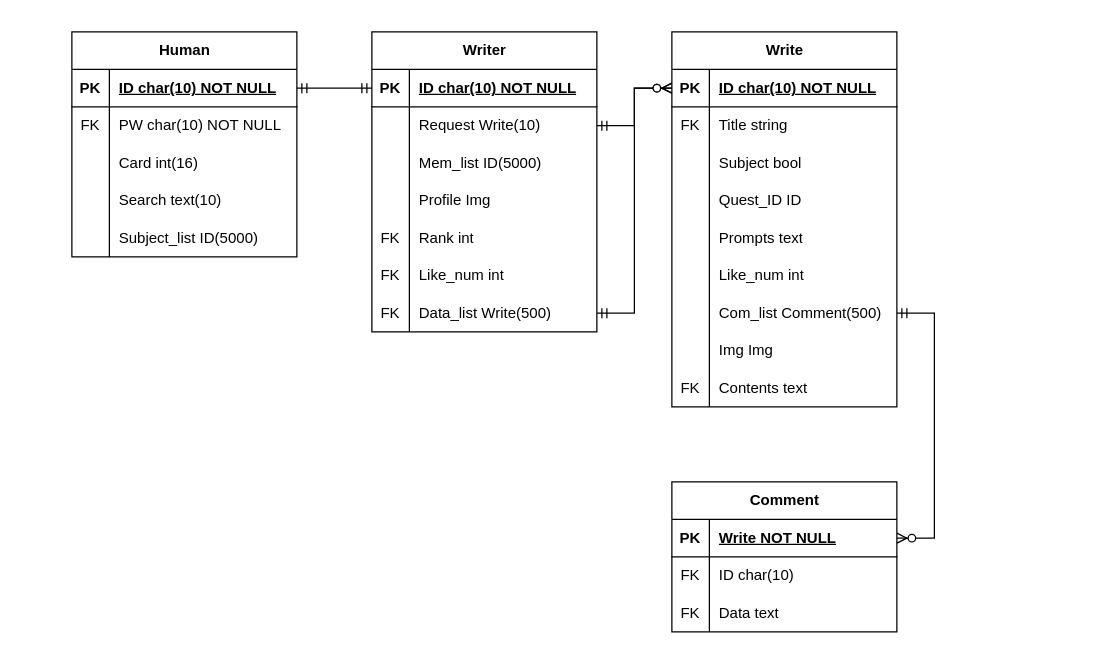
Above: draw/db erd.drawio in dnjsrl132/barogrim (draw.io), before the change. Source tidied: cells renumbered, new cells numbered last; positions are measured from the earlier drawing's top-left corner, leaving out a move shared by most shapes. Both pictures are drawn from the tidied source at 125%, with x=0, y=0 at pixel (71, 31).
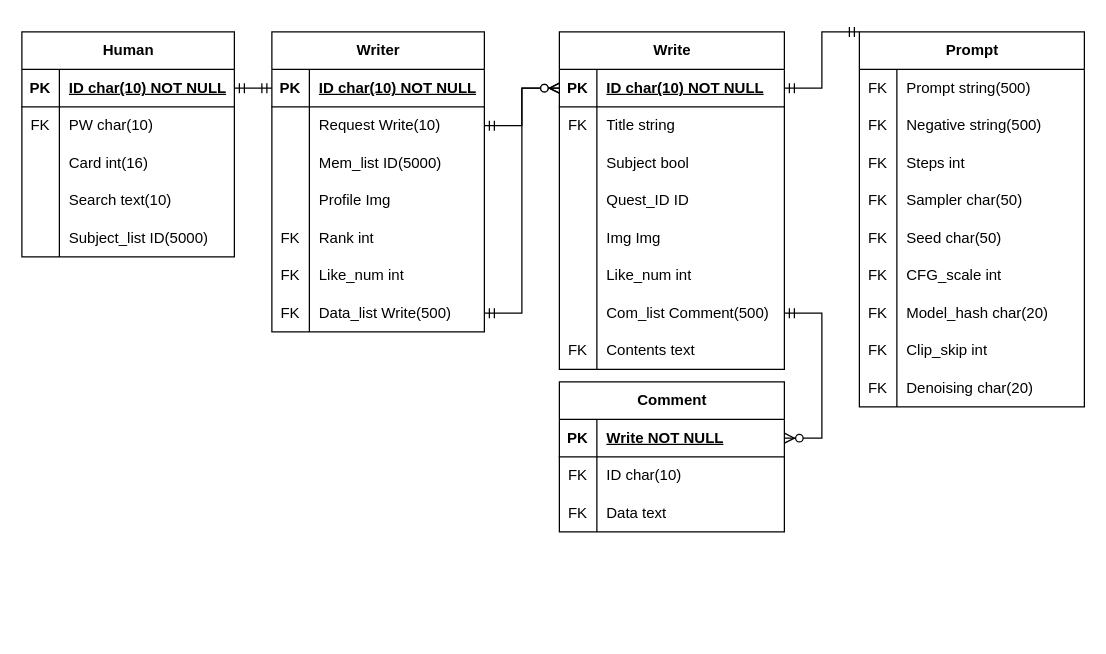
After the change.

Unchanged cells that the change refers to:
```xml
<mxCell id="42" style="shape=tableRow;horizontal=0;startSize=0;swimlaneHead=0;swimlaneBody=0;fillColor=none;points=[[0,0.5],[1,0.5]];portConstraint=eastwest;top=0;left=0;right=0;bottom=1;" parent="41" vertex="1">
  <mxGeometry y="30" width="180" height="30" as="geometry" />
</mxCell>
<mxCell id="54" style="shape=tableRow;horizontal=0;startSize=0;swimlaneHead=0;swimlaneBody=0;fillColor=none;top=0;left=0;right=0;bottom=0;" parent="41" vertex="1">
  <mxGeometry y="150" width="180" height="30" as="geometry" />
</mxCell>
```

Diff of the diagram source:
```diff
@@
     <mxCell id="2" value="Human" style="shape=table;startSize=30;childLayout=tableLayout;rowLines=0;fontStyle=1;align=center;html=1;" parent="1" vertex="1">
-      <mxGeometry width="180" height="180" as="geometry" />
+      <mxGeometry x="-40" width="170" height="180" as="geometry" />
     </mxCell>
     <mxCell id="3" style="shape=tableRow;horizontal=0;startSize=0;swimlaneHead=0;swimlaneBody=0;fillColor=none;points=[[0,0.5],[1,0.5]];portConstraint=eastwest;top=0;left=0;right=0;bottom=1;" parent="2" vertex="1">
-      <mxGeometry y="30" width="180" height="30" as="geometry" />
+      <mxGeometry y="30" width="170" height="30" as="geometry" />
     </mxCell>
@@
     <mxCell id="5" value="ID char(10) NOT NULL" style="shape=partialRectangle;fillColor=none;top=0;left=0;bottom=0;right=0;align=left;spacingLeft=6;fontStyle=5;overflow=hidden;whiteSpace=wrap;html=1;" parent="3" vertex="1">
-      <mxGeometry x="30" width="150" height="30" as="geometry" />
+      <mxGeometry x="30" width="140" height="30" as="geometry" />
     </mxCell>
     <mxCell id="6" style="shape=tableRow;horizontal=0;startSize=0;swimlaneHead=0;swimlaneBody=0;fillColor=none;top=0;left=0;right=0;bottom=0;" parent="2" vertex="1">
-      <mxGeometry y="60" width="180" height="30" as="geometry" />
+      <mxGeometry y="60" width="170" height="30" as="geometry" />
     </mxCell>
@@
-    <mxCell id="8" value="PW char(10) NOT NULL" style="shape=partialRectangle;fillColor=none;top=0;left=0;bottom=0;right=0;align=left;spacingLeft=6;overflow=hidden;whiteSpace=wrap;html=1;" parent="6" vertex="1">
-      <mxGeometry x="30" width="150" height="30" as="geometry" />
+    <mxCell id="8" value="PW char(10)" style="shape=partialRectangle;fillColor=none;top=0;left=0;bottom=0;right=0;align=left;spacingLeft=6;overflow=hidden;whiteSpace=wrap;html=1;" parent="6" vertex="1">
+      <mxGeometry x="30" width="140" height="30" as="geometry" />
     </mxCell>
     <mxCell id="9" style="shape=tableRow;horizontal=0;startSize=0;swimlaneHead=0;swimlaneBody=0;fillColor=none;top=0;left=0;right=0;bottom=0;" parent="2" vertex="1">
-      <mxGeometry y="90" width="180" height="30" as="geometry" />
+      <mxGeometry y="90" width="170" height="30" as="geometry" />
     </mxCell>
@@
     <mxCell id="11" value="Card int(16)" style="shape=partialRectangle;fillColor=none;top=0;left=0;bottom=0;right=0;align=left;spacingLeft=6;overflow=hidden;whiteSpace=wrap;html=1;" parent="9" vertex="1">
-      <mxGeometry x="30" width="150" height="30" as="geometry" />
+      <mxGeometry x="30" width="140" height="30" as="geometry" />
     </mxCell>
     <mxCell id="12" style="shape=tableRow;horizontal=0;startSize=0;swimlaneHead=0;swimlaneBody=0;fillColor=none;top=0;left=0;right=0;bottom=0;" parent="2" vertex="1">
-      <mxGeometry y="120" width="180" height="30" as="geometry" />
+      <mxGeometry y="120" width="170" height="30" as="geometry" />
     </mxCell>
@@
     <mxCell id="14" value="Search text(10)" style="shape=partialRectangle;fillColor=none;top=0;left=0;bottom=0;right=0;align=left;spacingLeft=6;overflow=hidden;whiteSpace=wrap;html=1;" parent="12" vertex="1">
-      <mxGeometry x="30" width="150" height="30" as="geometry" />
+      <mxGeometry x="30" width="140" height="30" as="geometry" />
     </mxCell>
     <mxCell id="15" style="shape=tableRow;horizontal=0;startSize=0;swimlaneHead=0;swimlaneBody=0;fillColor=none;top=0;left=0;right=0;bottom=0;" parent="2" vertex="1">
-      <mxGeometry y="150" width="180" height="30" as="geometry" />
+      <mxGeometry y="150" width="170" height="30" as="geometry" />
     </mxCell>
@@
     <mxCell id="17" value="Subject_list ID(5000)" style="shape=partialRectangle;fillColor=none;top=0;left=0;bottom=0;right=0;align=left;spacingLeft=6;overflow=hidden;whiteSpace=wrap;html=1;" parent="15" vertex="1">
-      <mxGeometry x="30" width="150" height="30" as="geometry" />
+      <mxGeometry x="30" width="140" height="30" as="geometry" />
     </mxCell>
     <mxCell id="18" value="Writer" style="shape=table;startSize=30;childLayout=tableLayout;rowLines=0;fontStyle=1;align=center;html=1;" parent="1" vertex="1">
-      <mxGeometry x="240" width="180" height="240" as="geometry" />
+      <mxGeometry x="160" width="170" height="240" as="geometry" />
     </mxCell>
     <mxCell id="19" style="shape=tableRow;horizontal=0;startSize=0;swimlaneHead=0;swimlaneBody=0;fillColor=none;points=[[0,0.5],[1,0.5]];portConstraint=eastwest;top=0;left=0;right=0;bottom=1;" parent="18" vertex="1">
-      <mxGeometry y="30" width="180" height="30" as="geometry" />
+      <mxGeometry y="30" width="170" height="30" as="geometry" />
     </mxCell>
@@
     <mxCell id="21" value="ID char(10) NOT NULL" style="shape=partialRectangle;fillColor=none;top=0;left=0;bottom=0;right=0;align=left;spacingLeft=6;fontStyle=5;overflow=hidden;whiteSpace=wrap;html=1;" parent="19" vertex="1">
-      <mxGeometry x="30" width="150" height="30" as="geometry" />
+      <mxGeometry x="30" width="140" height="30" as="geometry" />
     </mxCell>
     <mxCell id="22" style="shape=tableRow;horizontal=0;startSize=0;swimlaneHead=0;swimlaneBody=0;fillColor=none;points=[[0,0.5],[1,0.5]];portConstraint=eastwest;top=0;left=0;right=0;bottom=0;" parent="18" vertex="1">
-      <mxGeometry y="60" width="180" height="30" as="geometry" />
+      <mxGeometry y="60" width="170" height="30" as="geometry" />
     </mxCell>
@@
     <mxCell id="24" value="Request Write(10)" style="shape=partialRectangle;fillColor=none;top=0;left=0;bottom=0;right=0;align=left;spacingLeft=6;overflow=hidden;whiteSpace=wrap;html=1;" parent="22" vertex="1">
-      <mxGeometry x="30" width="150" height="30" as="geometry" />
+      <mxGeometry x="30" width="140" height="30" as="geometry" />
     </mxCell>
     <mxCell id="25" style="shape=tableRow;horizontal=0;startSize=0;swimlaneHead=0;swimlaneBody=0;fillColor=none;top=0;left=0;right=0;bottom=0;" parent="18" vertex="1">
-      <mxGeometry y="90" width="180" height="30" as="geometry" />
+      <mxGeometry y="90" width="170" height="30" as="geometry" />
     </mxCell>
@@
     <mxCell id="27" value="Mem_list ID(5000)" style="shape=partialRectangle;fillColor=none;top=0;left=0;bottom=0;right=0;align=left;spacingLeft=6;overflow=hidden;whiteSpace=wrap;html=1;" parent="25" vertex="1">
-      <mxGeometry x="30" width="150" height="30" as="geometry" />
+      <mxGeometry x="30" width="140" height="30" as="geometry" />
     </mxCell>
     <mxCell id="28" style="shape=tableRow;horizontal=0;startSize=0;swimlaneHead=0;swimlaneBody=0;fillColor=none;top=0;left=0;right=0;bottom=0;" parent="18" vertex="1">
-      <mxGeometry y="120" width="180" height="30" as="geometry" />
+      <mxGeometry y="120" width="170" height="30" as="geometry" />
     </mxCell>
@@
     <mxCell id="30" value="Profile Img" style="shape=partialRectangle;fillColor=none;top=0;left=0;bottom=0;right=0;align=left;spacingLeft=6;overflow=hidden;whiteSpace=wrap;html=1;" parent="28" vertex="1">
-      <mxGeometry x="30" width="150" height="30" as="geometry" />
+      <mxGeometry x="30" width="140" height="30" as="geometry" />
     </mxCell>
     <mxCell id="31" style="shape=tableRow;horizontal=0;startSize=0;swimlaneHead=0;swimlaneBody=0;fillColor=none;top=0;left=0;right=0;bottom=0;" parent="18" vertex="1">
-      <mxGeometry y="150" width="180" height="30" as="geometry" />
+      <mxGeometry y="150" width="170" height="30" as="geometry" />
     </mxCell>
@@
     <mxCell id="33" value="Rank int" style="shape=partialRectangle;fillColor=none;top=0;left=0;bottom=0;right=0;align=left;spacingLeft=6;overflow=hidden;whiteSpace=wrap;html=1;" parent="31" vertex="1">
-      <mxGeometry x="30" width="150" height="30" as="geometry" />
+      <mxGeometry x="30" width="140" height="30" as="geometry" />
     </mxCell>
     <mxCell id="34" style="shape=tableRow;horizontal=0;startSize=0;swimlaneHead=0;swimlaneBody=0;fillColor=none;top=0;left=0;right=0;bottom=0;" parent="18" vertex="1">
-      <mxGeometry y="180" width="180" height="30" as="geometry" />
+      <mxGeometry y="180" width="170" height="30" as="geometry" />
     </mxCell>
@@
     <mxCell id="36" value="Like_num int" style="shape=partialRectangle;fillColor=none;top=0;left=0;bottom=0;right=0;align=left;spacingLeft=6;overflow=hidden;whiteSpace=wrap;html=1;" parent="34" vertex="1">
-      <mxGeometry x="30" width="150" height="30" as="geometry" />
+      <mxGeometry x="30" width="140" height="30" as="geometry" />
     </mxCell>
     <mxCell id="37" style="shape=tableRow;horizontal=0;startSize=0;swimlaneHead=0;swimlaneBody=0;fillColor=none;points=[[0,0.5],[1,0.5]];portConstraint=eastwest;top=0;left=0;right=0;bottom=0;" parent="18" vertex="1">
-      <mxGeometry y="210" width="180" height="30" as="geometry" />
+      <mxGeometry y="210" width="170" height="30" as="geometry" />
     </mxCell>
@@
     <mxCell id="39" value="Data_list Write(500)" style="shape=partialRectangle;fillColor=none;top=0;left=0;bottom=0;right=0;align=left;spacingLeft=6;overflow=hidden;whiteSpace=wrap;html=1;" parent="37" vertex="1">
-      <mxGeometry x="30" width="150" height="30" as="geometry" />
+      <mxGeometry x="30" width="140" height="30" as="geometry" />
     </mxCell>
@@
     <mxCell id="41" value="Write" style="shape=table;startSize=30;childLayout=tableLayout;rowLines=0;fontStyle=1;align=center;html=1;" parent="1" vertex="1">
-      <mxGeometry x="480" width="180" height="300" as="geometry" />
+      <mxGeometry x="390" width="180" height="270" as="geometry" />
     </mxCell>
@@
-    <mxCell id="56" value="Prompts text" style="shape=partialRectangle;fillColor=none;top=0;left=0;bottom=0;right=0;align=left;spacingLeft=6;overflow=hidden;whiteSpace=wrap;html=1;" parent="54" vertex="1">
+    <mxCell id="56" value="Img Img" style="shape=partialRectangle;fillColor=none;top=0;left=0;bottom=0;right=0;align=left;spacingLeft=6;overflow=hidden;whiteSpace=wrap;html=1;" parent="54" vertex="1">
       <mxGeometry x="30" width="150" height="30" as="geometry" />
     </mxCell>
@@
-    <mxCell id="63" style="shape=tableRow;horizontal=0;startSize=0;swimlaneHead=0;swimlaneBody=0;fillColor=none;top=0;left=0;right=0;bottom=0;" parent="41" vertex="1">
-      <mxGeometry y="240" width="180" height="30" as="geometry" />
-    </mxCell>
-    <mxCell id="64" style="shape=partialRectangle;fillColor=none;top=0;left=0;bottom=0;right=0;overflow=hidden;whiteSpace=wrap;html=1;" parent="63" vertex="1">
-      <mxGeometry width="30" height="30" as="geometry" />
-    </mxCell>
-    <mxCell id="65" value="Img Img" style="shape=partialRectangle;fillColor=none;top=0;left=0;bottom=0;right=0;align=left;spacingLeft=6;overflow=hidden;whiteSpace=wrap;html=1;" parent="63" vertex="1">
-      <mxGeometry x="30" width="150" height="30" as="geometry" />
-    </mxCell>
     <mxCell id="66" style="shape=tableRow;horizontal=0;startSize=0;swimlaneHead=0;swimlaneBody=0;fillColor=none;top=0;left=0;right=0;bottom=0;" parent="41" vertex="1">
-      <mxGeometry y="270" width="180" height="30" as="geometry" />
+      <mxGeometry y="240" width="180" height="30" as="geometry" />
     </mxCell>
@@
     <mxCell id="70" value="Comment" style="shape=table;startSize=30;childLayout=tableLayout;rowLines=0;fontStyle=1;align=center;html=1;" parent="1" vertex="1">
-      <mxGeometry x="480" y="360" width="180" height="120" as="geometry" />
+      <mxGeometry x="390" y="280" width="180" height="120" as="geometry" />
     </mxCell>
@@
+    <mxCell id="82" value="Prompt" style="shape=table;startSize=30;childLayout=tableLayout;rowLines=0;fontStyle=1;align=center;html=1;" parent="1" vertex="1">
+      <mxGeometry x="630" width="180" height="300" as="geometry" />
+    </mxCell>
+    <mxCell id="83" style="shape=tableRow;horizontal=0;startSize=0;swimlaneHead=0;swimlaneBody=0;fillColor=none;top=0;left=0;right=0;bottom=0;" parent="82" vertex="1">
+      <mxGeometry y="30" width="180" height="30" as="geometry" />
+    </mxCell>
+    <mxCell id="84" value="FK" style="shape=partialRectangle;fillColor=none;top=0;left=0;bottom=0;right=0;overflow=hidden;whiteSpace=wrap;html=1;" parent="83" vertex="1">
+      <mxGeometry width="30" height="30" as="geometry" />
+    </mxCell>
+    <mxCell id="85" value="Prompt string(500)" style="shape=partialRectangle;fillColor=none;top=0;left=0;bottom=0;right=0;align=left;spacingLeft=6;overflow=hidden;whiteSpace=wrap;html=1;" parent="83" vertex="1">
+      <mxGeometry x="30" width="150" height="30" as="geometry" />
+    </mxCell>
+    <mxCell id="86" style="shape=tableRow;horizontal=0;startSize=0;swimlaneHead=0;swimlaneBody=0;fillColor=none;top=0;left=0;right=0;bottom=0;" parent="82" vertex="1">
+      <mxGeometry y="60" width="180" height="30" as="geometry" />
+    </mxCell>
+    <mxCell id="87" value="FK" style="shape=partialRectangle;fillColor=none;top=0;left=0;bottom=0;right=0;overflow=hidden;whiteSpace=wrap;html=1;" parent="86" vertex="1">
+      <mxGeometry width="30" height="30" as="geometry" />
+    </mxCell>
+    <mxCell id="88" value="Negative string(500)" style="shape=partialRectangle;fillColor=none;top=0;left=0;bottom=0;right=0;align=left;spacingLeft=6;overflow=hidden;whiteSpace=wrap;html=1;" parent="86" vertex="1">
+      <mxGeometry x="30" width="150" height="30" as="geometry" />
+    </mxCell>
+    <mxCell id="89" style="shape=tableRow;horizontal=0;startSize=0;swimlaneHead=0;swimlaneBody=0;fillColor=none;top=0;left=0;right=0;bottom=0;" parent="82" vertex="1">
+      <mxGeometry y="90" width="180" height="30" as="geometry" />
+    </mxCell>
+    <mxCell id="90" value="FK" style="shape=partialRectangle;fillColor=none;top=0;left=0;bottom=0;right=0;overflow=hidden;whiteSpace=wrap;html=1;" parent="89" vertex="1">
+      <mxGeometry width="30" height="30" as="geometry" />
+    </mxCell>
+    <mxCell id="91" value="Steps int" style="shape=partialRectangle;fillColor=none;top=0;left=0;bottom=0;right=0;align=left;spacingLeft=6;overflow=hidden;whiteSpace=wrap;html=1;" parent="89" vertex="1">
+      <mxGeometry x="30" width="150" height="30" as="geometry" />
+    </mxCell>
+    <mxCell id="92" style="shape=tableRow;horizontal=0;startSize=0;swimlaneHead=0;swimlaneBody=0;fillColor=none;top=0;left=0;right=0;bottom=0;" parent="82" vertex="1">
+      <mxGeometry y="120" width="180" height="30" as="geometry" />
+    </mxCell>
+    <mxCell id="93" value="FK" style="shape=partialRectangle;fillColor=none;top=0;left=0;bottom=0;right=0;overflow=hidden;whiteSpace=wrap;html=1;" parent="92" vertex="1">
+      <mxGeometry width="30" height="30" as="geometry" />
+    </mxCell>
+    <mxCell id="94" value="Sampler char(50)" style="shape=partialRectangle;fillColor=none;top=0;left=0;bottom=0;right=0;align=left;spacingLeft=6;overflow=hidden;whiteSpace=wrap;html=1;" parent="92" vertex="1">
+      <mxGeometry x="30" width="150" height="30" as="geometry" />
+    </mxCell>
+    <mxCell id="95" style="shape=tableRow;horizontal=0;startSize=0;swimlaneHead=0;swimlaneBody=0;fillColor=none;top=0;left=0;right=0;bottom=0;" parent="82" vertex="1">
+      <mxGeometry y="150" width="180" height="30" as="geometry" />
+    </mxCell>
+    <mxCell id="96" value="FK" style="shape=partialRectangle;fillColor=none;top=0;left=0;bottom=0;right=0;overflow=hidden;whiteSpace=wrap;html=1;" parent="95" vertex="1">
+      <mxGeometry width="30" height="30" as="geometry" />
+    </mxCell>
+    <mxCell id="97" value="Seed char(50)" style="shape=partialRectangle;fillColor=none;top=0;left=0;bottom=0;right=0;align=left;spacingLeft=6;overflow=hidden;whiteSpace=wrap;html=1;" parent="95" vertex="1">
+      <mxGeometry x="30" width="150" height="30" as="geometry" />
+    </mxCell>
+    <mxCell id="98" style="shape=tableRow;horizontal=0;startSize=0;swimlaneHead=0;swimlaneBody=0;fillColor=none;top=0;left=0;right=0;bottom=0;" parent="82" vertex="1">
+      <mxGeometry y="180" width="180" height="30" as="geometry" />
+    </mxCell>
+    <mxCell id="99" value="FK" style="shape=partialRectangle;fillColor=none;top=0;left=0;bottom=0;right=0;overflow=hidden;whiteSpace=wrap;html=1;" parent="98" vertex="1">
+      <mxGeometry width="30" height="30" as="geometry" />
+    </mxCell>
+    <mxCell id="100" value="CFG_scale int" style="shape=partialRectangle;fillColor=none;top=0;left=0;bottom=0;right=0;align=left;spacingLeft=6;overflow=hidden;whiteSpace=wrap;html=1;" parent="98" vertex="1">
+      <mxGeometry x="30" width="150" height="30" as="geometry" />
+    </mxCell>
+    <mxCell id="101" style="shape=tableRow;horizontal=0;startSize=0;swimlaneHead=0;swimlaneBody=0;fillColor=none;top=0;left=0;right=0;bottom=0;" parent="82" vertex="1">
+      <mxGeometry y="210" width="180" height="30" as="geometry" />
+    </mxCell>
+    <mxCell id="102" value="FK" style="shape=partialRectangle;fillColor=none;top=0;left=0;bottom=0;right=0;overflow=hidden;whiteSpace=wrap;html=1;" parent="101" vertex="1">
+      <mxGeometry width="30" height="30" as="geometry" />
+    </mxCell>
+    <mxCell id="103" value="Model_hash char(20)" style="shape=partialRectangle;fillColor=none;top=0;left=0;bottom=0;right=0;align=left;spacingLeft=6;overflow=hidden;whiteSpace=wrap;html=1;" parent="101" vertex="1">
+      <mxGeometry x="30" width="150" height="30" as="geometry" />
+    </mxCell>
+    <mxCell id="63" style="shape=tableRow;horizontal=0;startSize=0;swimlaneHead=0;swimlaneBody=0;fillColor=none;top=0;left=0;right=0;bottom=0;" parent="82" vertex="1">
+      <mxGeometry y="240" width="180" height="30" as="geometry" />
+    </mxCell>
+    <mxCell id="104" value="FK" style="shape=partialRectangle;fillColor=none;top=0;left=0;bottom=0;right=0;overflow=hidden;whiteSpace=wrap;html=1;" parent="63" vertex="1">
+      <mxGeometry width="30" height="30" as="geometry" />
+    </mxCell>
+    <mxCell id="105" value="Clip_skip int" style="shape=partialRectangle;fillColor=none;top=0;left=0;bottom=0;right=0;align=left;spacingLeft=6;overflow=hidden;whiteSpace=wrap;html=1;" parent="63" vertex="1">
+      <mxGeometry x="30" width="150" height="30" as="geometry" />
+    </mxCell>
+    <mxCell id="106" style="shape=tableRow;horizontal=0;startSize=0;swimlaneHead=0;swimlaneBody=0;fillColor=none;top=0;left=0;right=0;bottom=0;" parent="82" vertex="1">
+      <mxGeometry y="270" width="180" height="30" as="geometry" />
+    </mxCell>
+    <mxCell id="107" value="FK" style="shape=partialRectangle;fillColor=none;top=0;left=0;bottom=0;right=0;overflow=hidden;whiteSpace=wrap;html=1;" parent="106" vertex="1">
+      <mxGeometry width="30" height="30" as="geometry" />
+    </mxCell>
+    <mxCell id="108" value="Denoising char(20)" style="shape=partialRectangle;fillColor=none;top=0;left=0;bottom=0;right=0;align=left;spacingLeft=6;overflow=hidden;whiteSpace=wrap;html=1;" parent="106" vertex="1">
+      <mxGeometry x="30" width="150" height="30" as="geometry" />
+    </mxCell>
+    <mxCell id="109" style="edgeStyle=entityRelationEdgeStyle;fontSize=12;html=1;endArrow=ERmandOne;startArrow=ERmandOne;rounded=0;exitX=0;exitY=0;exitDx=0;exitDy=0;entryX=1;entryY=0.5;entryDx=0;entryDy=0;" parent="1" edge="1" source="82" target="42">
+      <mxGeometry relative="1" as="geometry">
+        <Array as="points">
+          <mxPoint x="260" y="170" />
+          <mxPoint x="290" y="190" />
+          <mxPoint x="600" y="20" />
+          <mxPoint x="280" y="250" />
+          <mxPoint x="280" y="250" />
+          <mxPoint x="280" y="220" />
+          <mxPoint x="290" y="140" />
+          <mxPoint x="270" y="160" />
+        </Array>
+      </mxGeometry>
+    </mxCell>
```
